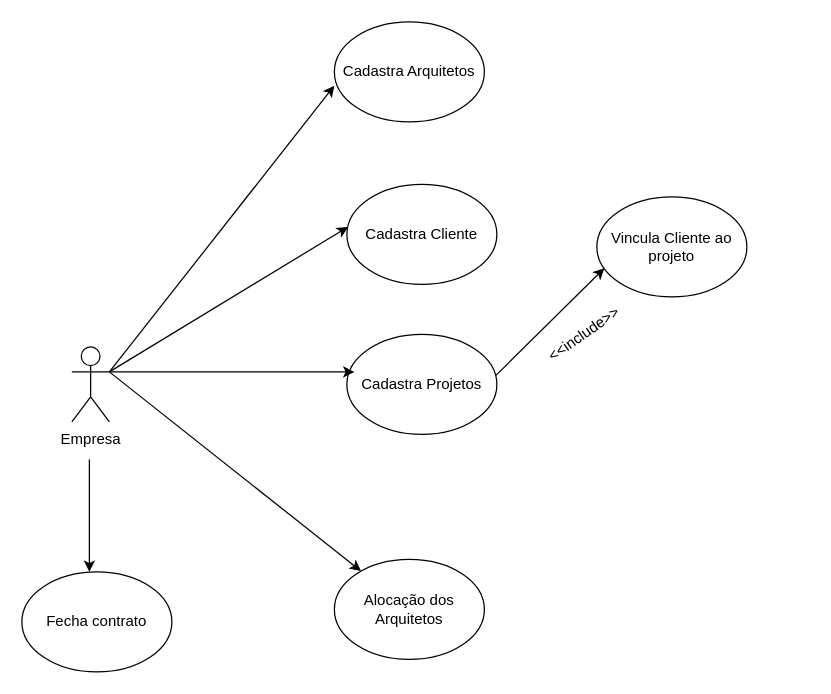
Above: Untitled Diagram.drawio in EdneiFNeto/UML (draw.io), before the change. Source tidied: cells renumbered, new cells numbered last; positions are measured from the earlier drawing's top-left corner, leaving out a move shared by most shapes. Both pictures are drawn from the tidied source at 125%, with x=0, y=0 at pixel (21, 21).
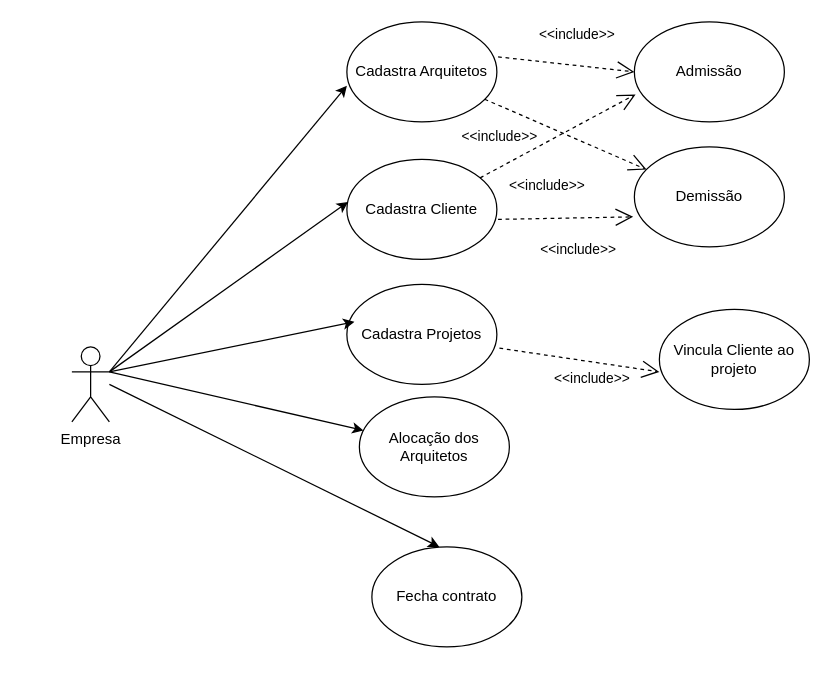
After the change.

What changed in the source:
```diff
@@
     <mxCell id="3" value="Cadastra Arquitetos" style="ellipse;whiteSpace=wrap;html=1;" parent="1" vertex="1">
-      <mxGeometry x="250" width="120" height="80" as="geometry" />
+      <mxGeometry x="260" width="120" height="80" as="geometry" />
     </mxCell>
     <mxCell id="4" value="Cadastra Cliente" style="ellipse;whiteSpace=wrap;html=1;" parent="1" vertex="1">
-      <mxGeometry x="260" y="130" width="120" height="80" as="geometry" />
+      <mxGeometry x="260" y="110" width="120" height="80" as="geometry" />
     </mxCell>
@@
     <mxCell id="6" value="Cadastra Projetos" style="ellipse;whiteSpace=wrap;html=1;" parent="1" vertex="1">
-      <mxGeometry x="260" y="250" width="120" height="80" as="geometry" />
+      <mxGeometry x="260" y="210" width="120" height="80" as="geometry" />
     </mxCell>
@@
     <mxCell id="9" value="Fecha contrato" style="ellipse;whiteSpace=wrap;html=1;" parent="1" vertex="1">
-      <mxGeometry y="440" width="120" height="80" as="geometry" />
+      <mxGeometry x="280" y="420" width="120" height="80" as="geometry" />
     </mxCell>
     <mxCell id="10" style="endArrow=classic;html=1;entryX=0.45;entryY=0;entryDx=0;entryDy=0;entryPerimeter=0;" parent="1" edge="1" target="9">
       <mxGeometry relative="1" as="geometry">
-        <mxPoint x="54" y="350" as="sourcePoint" />
+        <mxPoint x="70" y="290" as="sourcePoint" />
       </mxGeometry>
     </mxCell>
     <mxCell id="11" value="Alocação dos Arquitetos" style="ellipse;whiteSpace=wrap;html=1;" parent="1" vertex="1">
-      <mxGeometry x="250" y="430" width="120" height="80" as="geometry" />
+      <mxGeometry x="270" y="300" width="120" height="80" as="geometry" />
     </mxCell>
@@
     <mxCell id="13" value="Vincula Cliente ao projeto" style="ellipse;whiteSpace=wrap;html=1;" parent="1" vertex="1">
-      <mxGeometry x="460" y="140" width="120" height="80" as="geometry" />
+      <mxGeometry x="510" y="230" width="120" height="80" as="geometry" />
     </mxCell>
-    <mxCell id="14" style="endArrow=classic;html=1;exitX=0.992;exitY=0.413;exitDx=0;exitDy=0;exitPerimeter=0;entryX=0.05;entryY=0.713;entryDx=0;entryDy=0;entryPerimeter=0;" parent="1" edge="1" source="6" target="13">
-      <mxGeometry relative="1" as="geometry" />
-    </mxCell>
-    <mxCell id="15" value="&amp;lt;&amp;lt;include&amp;gt;&amp;gt;" style="text;html=1;strokeColor=none;fillColor=none;align=center;verticalAlign=middle;whiteSpace=wrap;rounded=0;rotation=-35;" parent="1" vertex="1">
-      <mxGeometry x="430" y="240" width="40" height="20" as="geometry" />
-    </mxCell>
+    <mxCell id="16" value="&amp;lt;&amp;lt;include&amp;gt;&amp;gt;" style="endArrow=open;endSize=12;dashed=1;html=1;exitX=1.017;exitY=0.638;exitDx=0;exitDy=0;exitPerimeter=0;" parent="1" edge="1" source="6">
+      <mxGeometry x="0.19" y="-13" relative="1" as="geometry">
+        <mxPoint x="510" y="280" as="targetPoint" />
+      </mxGeometry>
+    </mxCell>
+    <mxCell id="17" value="Admissão" style="ellipse;whiteSpace=wrap;html=1;" parent="1" vertex="1">
+      <mxGeometry x="490" width="120" height="80" as="geometry" />
+    </mxCell>
+    <mxCell id="18" value="Demissão" style="ellipse;whiteSpace=wrap;html=1;" parent="1" vertex="1">
+      <mxGeometry x="490" y="100" width="120" height="80" as="geometry" />
+    </mxCell>
+    <mxCell id="19" value="&amp;lt;&amp;lt;include&amp;gt;&amp;gt;" style="endArrow=open;endSize=12;dashed=1;html=1;exitX=1.008;exitY=0.6;exitDx=0;exitDy=0;exitPerimeter=0;entryX=-0.008;entryY=0.7;entryDx=0;entryDy=0;entryPerimeter=0;" parent="1" edge="1" source="4" target="18">
+      <mxGeometry x="0.18" y="-26" relative="1" as="geometry">
+        <mxPoint y="-1" as="offset" />
+      </mxGeometry>
+    </mxCell>
+    <mxCell id="20" value="&amp;lt;&amp;lt;include&amp;gt;&amp;gt;" style="endArrow=open;endSize=12;dashed=1;html=1;exitX=1.008;exitY=0.35;exitDx=0;exitDy=0;exitPerimeter=0;entryX=0;entryY=0.5;entryDx=0;entryDy=0;" parent="1" edge="1" source="3" target="17">
+      <mxGeometry x="0.12" y="25" relative="1" as="geometry" />
+    </mxCell>
+    <mxCell id="21" value="&amp;lt;&amp;lt;include&amp;gt;&amp;gt;" style="endArrow=open;endSize=12;dashed=1;html=1;entryX=0.008;entryY=0.725;entryDx=0;entryDy=0;entryPerimeter=0;" parent="1" edge="1" source="4" target="17">
+      <mxGeometry x="-0.37" y="-31" relative="1" as="geometry" />
+    </mxCell>
+    <mxCell id="22" value="&amp;lt;&amp;lt;include&amp;gt;&amp;gt;" style="endArrow=open;endSize=12;dashed=1;html=1;" parent="1" edge="1" source="3" target="18">
+      <mxGeometry x="-0.67" y="-23" relative="1" as="geometry" />
+    </mxCell>
```
